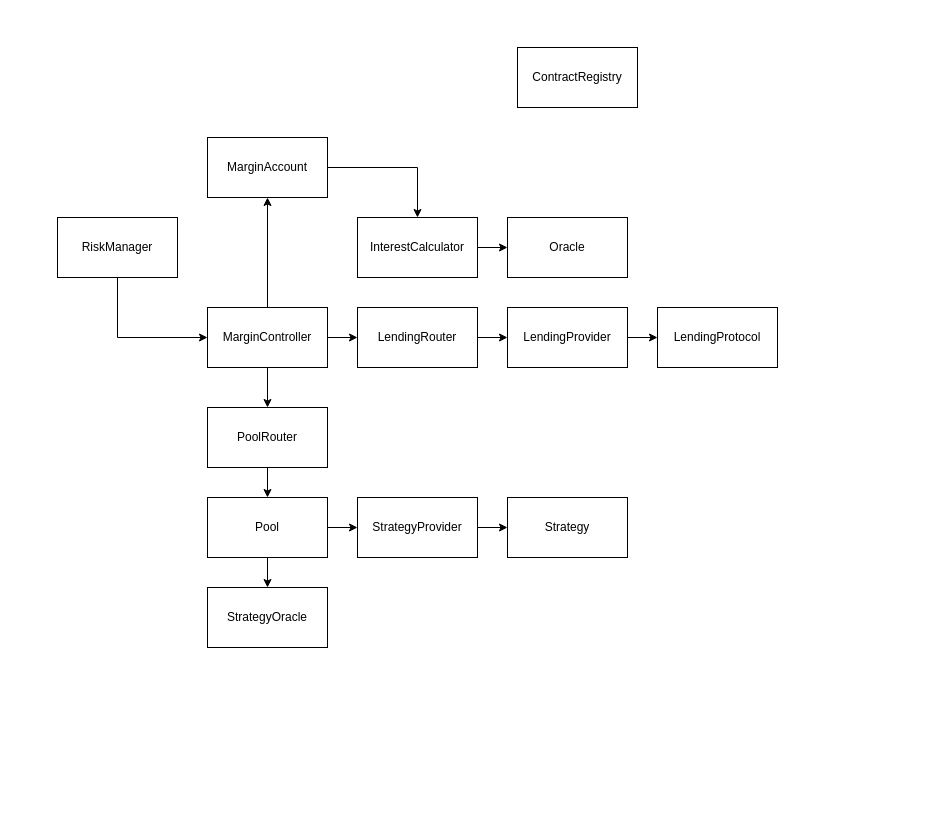
This is TorqueV2.drawio from Torque-Money/Dev-Environment, a draw.io file, before an edit. Source tidied: cells renumbered, new cells numbered last; positions are measured from the earlier drawing's top-left corner, leaving out a move shared by most shapes. Both pictures are drawn from the tidied source at 100%, with x=0, y=0 at pixel (-33, 47).
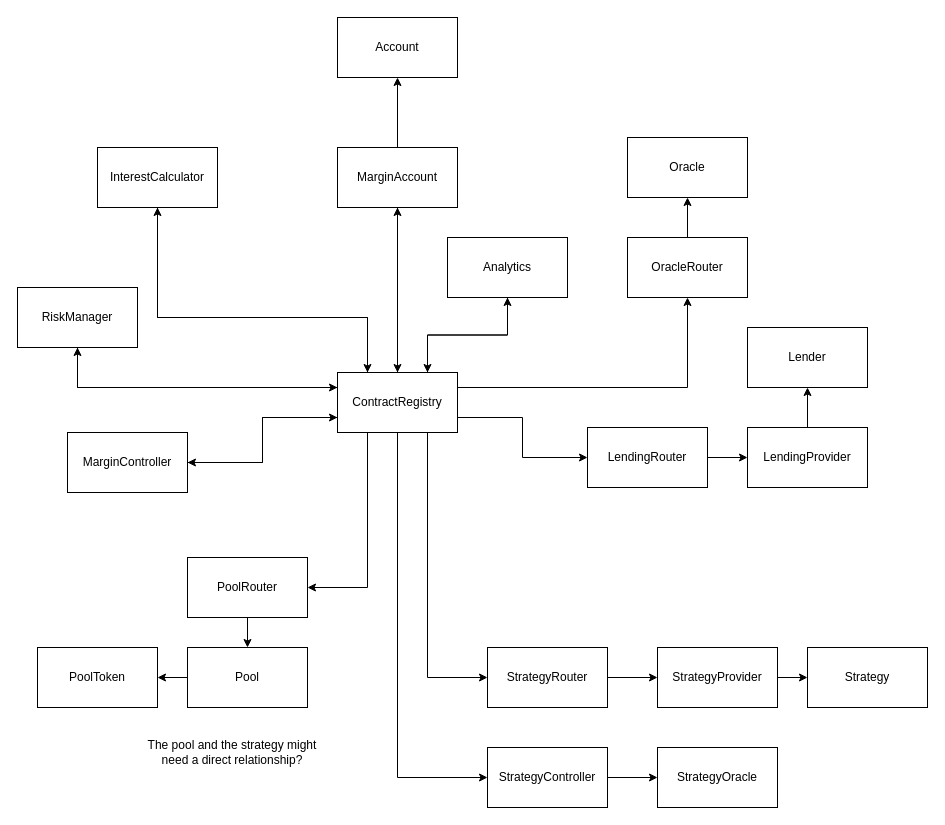
After the change.

Diff of the diagram source:
```diff
@@
-    <mxCell id="3" value="LendingProtocol" style="rounded=0;whiteSpace=wrap;html=1;" parent="1" vertex="1">
-      <mxGeometry x="690" y="260" width="120" height="60" as="geometry" />
+    <mxCell id="3" value="Lender" style="rounded=0;whiteSpace=wrap;html=1;" parent="1" vertex="1">
+      <mxGeometry x="780" y="280" width="120" height="60" as="geometry" />
     </mxCell>
-    <mxCell id="4" style="edgeStyle=orthogonalEdgeStyle;rounded=0;jettySize=auto;html=1;" parent="1" edge="1" source="5" target="3">
+    <mxCell id="4" style="edgeStyle=orthogonalEdgeStyle;rounded=0;jettySize=auto;html=1;entryX=0.5;entryY=1;entryDx=0;entryDy=0;" parent="1" edge="1" source="5" target="3">
       <mxGeometry relative="1" as="geometry" />
     </mxCell>
     <mxCell id="5" value="LendingProvider" style="rounded=0;whiteSpace=wrap;html=1;" parent="1" vertex="1">
-      <mxGeometry x="540" y="260" width="120" height="60" as="geometry" />
+      <mxGeometry x="780" y="380" width="120" height="60" as="geometry" />
     </mxCell>
@@
     <mxCell id="7" value="LendingRouter" style="rounded=0;whiteSpace=wrap;html=1;" parent="1" vertex="1">
-      <mxGeometry x="390" y="260" width="120" height="60" as="geometry" />
+      <mxGeometry x="620" y="380" width="120" height="60" as="geometry" />
     </mxCell>
-    <mxCell id="8" style="edgeStyle=orthogonalEdgeStyle;rounded=0;jettySize=auto;html=1;entryX=0;entryY=0.5;entryDx=0;entryDy=0;" parent="1" edge="1" source="9" target="16">
-      <mxGeometry relative="1" as="geometry" />
-    </mxCell>
+    <mxCell id="29" style="edgeStyle=orthogonalEdgeStyle;rounded=0;jettySize=auto;html=1;entryX=0.25;entryY=0;entryDx=0;entryDy=0;" parent="1" edge="1" source="9" target="28">
+      <mxGeometry relative="1" as="geometry">
+        <Array as="points">
+          <mxPoint x="190" y="270" />
+          <mxPoint x="400" y="270" />
+        </Array>
+      </mxGeometry>
+    </mxCell>
     <mxCell id="9" value="InterestCalculator" style="rounded=0;whiteSpace=wrap;html=1;" parent="1" vertex="1">
-      <mxGeometry x="390" y="170" width="120" height="60" as="geometry" />
+      <mxGeometry x="130" y="100" width="120" height="60" as="geometry" />
     </mxCell>
-    <mxCell id="10" style="edgeStyle=orthogonalEdgeStyle;rounded=0;jettySize=auto;html=1;entryX=0;entryY=0.5;entryDx=0;entryDy=0;exitX=0.5;exitY=1;exitDx=0;exitDy=0;" parent="1" edge="1" source="11" target="15">
-      <mxGeometry relative="1" as="geometry" />
-    </mxCell>
+    <mxCell id="30" style="edgeStyle=orthogonalEdgeStyle;rounded=0;jettySize=auto;html=1;entryX=0;entryY=0.25;entryDx=0;entryDy=0;" parent="1" edge="1" source="11" target="28">
+      <mxGeometry relative="1" as="geometry">
+        <Array as="points">
+          <mxPoint x="110" y="340" />
+        </Array>
+      </mxGeometry>
+    </mxCell>
     <mxCell id="11" value="RiskManager" style="rounded=0;whiteSpace=wrap;html=1;" parent="1" vertex="1">
-      <mxGeometry x="90" y="170" width="120" height="60" as="geometry" />
+      <mxGeometry x="50" y="240" width="120" height="60" as="geometry" />
     </mxCell>
-    <mxCell id="12" style="edgeStyle=orthogonalEdgeStyle;rounded=0;jettySize=auto;html=1;entryX=0.5;entryY=1;entryDx=0;entryDy=0;" parent="1" edge="1" source="15" target="27">
-      <mxGeometry relative="1" as="geometry" />
-    </mxCell>
-    <mxCell id="13" style="edgeStyle=orthogonalEdgeStyle;rounded=0;jettySize=auto;html=1;entryX=0.5;entryY=0;entryDx=0;entryDy=0;" parent="1" edge="1" source="15" target="18">
-      <mxGeometry relative="1" as="geometry" />
-    </mxCell>
-    <mxCell id="14" style="edgeStyle=orthogonalEdgeStyle;rounded=0;jettySize=auto;html=1;entryX=0;entryY=0.5;entryDx=0;entryDy=0;" parent="1" edge="1" source="15" target="7">
-      <mxGeometry relative="1" as="geometry" />
-    </mxCell>
+    <mxCell id="31" style="edgeStyle=orthogonalEdgeStyle;rounded=0;jettySize=auto;html=1;entryX=0;entryY=0.75;entryDx=0;entryDy=0;" parent="1" edge="1" source="15" target="28">
+      <mxGeometry relative="1" as="geometry" />
+    </mxCell>
     <mxCell id="15" value="MarginController" style="rounded=0;whiteSpace=wrap;html=1;" parent="1" vertex="1">
-      <mxGeometry x="240" y="260" width="120" height="60" as="geometry" />
+      <mxGeometry x="100" y="385" width="120" height="60" as="geometry" />
     </mxCell>
+    <mxCell id="32" style="edgeStyle=orthogonalEdgeStyle;rounded=0;jettySize=auto;html=1;" parent="1" edge="1" source="16" target="46">
+      <mxGeometry relative="1" as="geometry" />
+    </mxCell>
-    <mxCell id="16" value="Oracle" style="rounded=0;whiteSpace=wrap;html=1;" parent="1" vertex="1">
-      <mxGeometry x="540" y="170" width="120" height="60" as="geometry" />
+    <mxCell id="16" value="OracleRouter" style="rounded=0;whiteSpace=wrap;html=1;" parent="1" vertex="1">
+      <mxGeometry x="660" y="190" width="120" height="60" as="geometry" />
     </mxCell>
-    <mxCell id="17" style="edgeStyle=orthogonalEdgeStyle;rounded=0;jettySize=auto;html=1;entryX=0.5;entryY=0;entryDx=0;entryDy=0;" parent="1" edge="1" source="18" target="21">
+    <mxCell id="17" style="edgeStyle=orthogonalEdgeStyle;rounded=0;jettySize=auto;html=1;" parent="1" edge="1" source="18" target="21">
       <mxGeometry relative="1" as="geometry" />
     </mxCell>
     <mxCell id="18" value="PoolRouter" style="rounded=0;whiteSpace=wrap;html=1;" parent="1" vertex="1">
-      <mxGeometry x="240" y="360" width="120" height="60" as="geometry" />
+      <mxGeometry x="220" y="510" width="120" height="60" as="geometry" />
     </mxCell>
-    <mxCell id="19" style="edgeStyle=orthogonalEdgeStyle;rounded=0;jettySize=auto;html=1;" parent="1" edge="1" source="21" target="25">
-      <mxGeometry relative="1" as="geometry" />
-    </mxCell>
-    <mxCell id="20" style="edgeStyle=orthogonalEdgeStyle;rounded=0;jettySize=auto;html=1;entryX=0;entryY=0.5;entryDx=0;entryDy=0;" parent="1" edge="1" source="21" target="23">
-      <mxGeometry relative="1" as="geometry" />
-    </mxCell>
+    <mxCell id="33" style="edgeStyle=orthogonalEdgeStyle;rounded=0;jettySize=auto;html=1;entryX=1;entryY=0.5;entryDx=0;entryDy=0;" parent="1" edge="1" source="21" target="47">
+      <mxGeometry relative="1" as="geometry" />
+    </mxCell>
     <mxCell id="21" value="Pool" style="rounded=0;whiteSpace=wrap;html=1;" parent="1" vertex="1">
-      <mxGeometry x="240" y="450" width="120" height="60" as="geometry" />
+      <mxGeometry x="220" y="600" width="120" height="60" as="geometry" />
     </mxCell>
@@
     <mxCell id="23" value="StrategyProvider" style="rounded=0;whiteSpace=wrap;html=1;" parent="1" vertex="1">
-      <mxGeometry x="390" y="450" width="120" height="60" as="geometry" />
+      <mxGeometry x="690" y="600" width="120" height="60" as="geometry" />
     </mxCell>
     <mxCell id="24" value="Strategy" style="rounded=0;whiteSpace=wrap;html=1;" parent="1" vertex="1">
-      <mxGeometry x="540" y="450" width="120" height="60" as="geometry" />
+      <mxGeometry x="840" y="600" width="120" height="60" as="geometry" />
     </mxCell>
     <mxCell id="25" value="StrategyOracle" style="rounded=0;whiteSpace=wrap;html=1;" parent="1" vertex="1">
-      <mxGeometry x="240" y="540" width="120" height="60" as="geometry" />
+      <mxGeometry x="690" y="700" width="120" height="60" as="geometry" />
     </mxCell>
-    <mxCell id="26" style="edgeStyle=orthogonalEdgeStyle;rounded=0;jettySize=auto;html=1;entryX=0.5;entryY=0;entryDx=0;entryDy=0;" parent="1" edge="1" source="27" target="9">
-      <mxGeometry relative="1" as="geometry" />
-    </mxCell>
+    <mxCell id="34" style="edgeStyle=orthogonalEdgeStyle;rounded=0;jettySize=auto;html=1;entryX=0.5;entryY=1;entryDx=0;entryDy=0;" parent="1" edge="1" source="27" target="52">
+      <mxGeometry relative="1" as="geometry" />
+    </mxCell>
+    <mxCell id="35" style="edgeStyle=orthogonalEdgeStyle;rounded=0;jettySize=auto;html=1;exitX=0.5;exitY=1;exitDx=0;exitDy=0;" parent="1" edge="1" source="27" target="28">
+      <mxGeometry relative="1" as="geometry" />
+    </mxCell>
     <mxCell id="27" value="MarginAccount" style="rounded=0;whiteSpace=wrap;html=1;" parent="1" vertex="1">
-      <mxGeometry x="240" y="90" width="120" height="60" as="geometry" />
+      <mxGeometry x="370" y="100" width="120" height="60" as="geometry" />
     </mxCell>
+    <mxCell id="36" style="edgeStyle=orthogonalEdgeStyle;rounded=0;jettySize=auto;html=1;entryX=0.5;entryY=1;entryDx=0;entryDy=0;exitX=0;exitY=0.25;exitDx=0;exitDy=0;" parent="1" edge="1" source="28" target="11">
+      <mxGeometry relative="1" as="geometry" />
+    </mxCell>
+    <mxCell id="37" style="edgeStyle=orthogonalEdgeStyle;rounded=0;jettySize=auto;html=1;entryX=0.5;entryY=1;entryDx=0;entryDy=0;exitX=1;exitY=0.25;exitDx=0;exitDy=0;" parent="1" edge="1" source="28" target="16">
+      <mxGeometry relative="1" as="geometry" />
+    </mxCell>
+    <mxCell id="38" style="edgeStyle=orthogonalEdgeStyle;rounded=0;jettySize=auto;html=1;entryX=0.5;entryY=1;entryDx=0;entryDy=0;" parent="1" edge="1" source="28" target="27">
+      <mxGeometry relative="1" as="geometry" />
+    </mxCell>
+    <mxCell id="39" style="edgeStyle=orthogonalEdgeStyle;rounded=0;jettySize=auto;html=1;exitX=0.25;exitY=0;exitDx=0;exitDy=0;entryX=0.5;entryY=1;entryDx=0;entryDy=0;" parent="1" edge="1" source="28" target="9">
+      <mxGeometry relative="1" as="geometry">
+        <Array as="points">
+          <mxPoint x="400" y="270" />
+          <mxPoint x="190" y="270" />
+        </Array>
+      </mxGeometry>
+    </mxCell>
+    <mxCell id="40" style="edgeStyle=orthogonalEdgeStyle;rounded=0;jettySize=auto;html=1;exitX=1;exitY=0.75;exitDx=0;exitDy=0;entryX=0;entryY=0.5;entryDx=0;entryDy=0;" parent="1" edge="1" source="28" target="7">
+      <mxGeometry relative="1" as="geometry" />
+    </mxCell>
+    <mxCell id="41" style="edgeStyle=orthogonalEdgeStyle;rounded=0;jettySize=auto;html=1;exitX=0;exitY=0.75;exitDx=0;exitDy=0;entryX=1;entryY=0.5;entryDx=0;entryDy=0;" parent="1" edge="1" source="28" target="15">
+      <mxGeometry relative="1" as="geometry" />
+    </mxCell>
+    <mxCell id="42" style="edgeStyle=orthogonalEdgeStyle;rounded=0;jettySize=auto;html=1;exitX=0.25;exitY=1;exitDx=0;exitDy=0;entryX=1;entryY=0.5;entryDx=0;entryDy=0;" parent="1" edge="1" source="28" target="18">
+      <mxGeometry relative="1" as="geometry" />
+    </mxCell>
+    <mxCell id="43" style="edgeStyle=orthogonalEdgeStyle;rounded=0;jettySize=auto;html=1;exitX=0.5;exitY=1;exitDx=0;exitDy=0;entryX=0;entryY=0.5;entryDx=0;entryDy=0;" parent="1" edge="1" source="28" target="51">
+      <mxGeometry relative="1" as="geometry" />
+    </mxCell>
+    <mxCell id="44" style="edgeStyle=orthogonalEdgeStyle;rounded=0;jettySize=auto;html=1;exitX=0.75;exitY=1;exitDx=0;exitDy=0;entryX=0;entryY=0.5;entryDx=0;entryDy=0;" parent="1" edge="1" source="28" target="49">
+      <mxGeometry relative="1" as="geometry" />
+    </mxCell>
+    <mxCell id="45" style="edgeStyle=orthogonalEdgeStyle;rounded=0;jettySize=auto;html=1;exitX=0.75;exitY=0;exitDx=0;exitDy=0;entryX=0.5;entryY=1;entryDx=0;entryDy=0;" parent="1" edge="1" source="28" target="54">
+      <mxGeometry relative="1" as="geometry" />
+    </mxCell>
     <mxCell id="28" value="ContractRegistry" style="rounded=0;whiteSpace=wrap;html=1;" parent="1" vertex="1">
-      <mxGeometry x="550" width="120" height="60" as="geometry" />
+      <mxGeometry x="370" y="325" width="120" height="60" as="geometry" />
     </mxCell>
+    <mxCell id="46" value="Oracle" style="rounded=0;whiteSpace=wrap;html=1;" parent="1" vertex="1">
+      <mxGeometry x="660" y="90" width="120" height="60" as="geometry" />
+    </mxCell>
+    <mxCell id="47" value="PoolToken" style="rounded=0;whiteSpace=wrap;html=1;" parent="1" vertex="1">
+      <mxGeometry x="70" y="600" width="120" height="60" as="geometry" />
+    </mxCell>
+    <mxCell id="48" style="edgeStyle=orthogonalEdgeStyle;rounded=0;jettySize=auto;html=1;" parent="1" edge="1" source="49" target="23">
+      <mxGeometry relative="1" as="geometry" />
+    </mxCell>
+    <mxCell id="49" value="StrategyRouter" style="rounded=0;whiteSpace=wrap;html=1;" parent="1" vertex="1">
+      <mxGeometry x="520" y="600" width="120" height="60" as="geometry" />
+    </mxCell>
+    <mxCell id="50" style="edgeStyle=orthogonalEdgeStyle;rounded=0;jettySize=auto;html=1;" parent="1" edge="1" source="51" target="25">
+      <mxGeometry relative="1" as="geometry" />
+    </mxCell>
+    <mxCell id="51" value="StrategyController" style="rounded=0;whiteSpace=wrap;html=1;" parent="1" vertex="1">
+      <mxGeometry x="520" y="700" width="120" height="60" as="geometry" />
+    </mxCell>
+    <mxCell id="52" value="Account" style="rounded=0;whiteSpace=wrap;html=1;" parent="1" vertex="1">
+      <mxGeometry x="370" y="-30" width="120" height="60" as="geometry" />
+    </mxCell>
+    <mxCell id="53" style="edgeStyle=orthogonalEdgeStyle;rounded=0;jettySize=auto;html=1;exitX=0.5;exitY=1;exitDx=0;exitDy=0;entryX=0.75;entryY=0;entryDx=0;entryDy=0;" parent="1" edge="1" source="54" target="28">
+      <mxGeometry relative="1" as="geometry" />
+    </mxCell>
+    <mxCell id="54" value="Analytics" style="rounded=0;whiteSpace=wrap;html=1;" parent="1" vertex="1">
+      <mxGeometry x="480" y="190" width="120" height="60" as="geometry" />
+    </mxCell>
+    <mxCell id="55" value="The pool and the strategy might need a direct relationship?" style="text;html=1;strokeColor=none;fillColor=none;align=center;verticalAlign=middle;whiteSpace=wrap;rounded=0;" parent="1" vertex="1">
+      <mxGeometry x="170" y="690" width="190" height="30" as="geometry" />
+    </mxCell>
```
